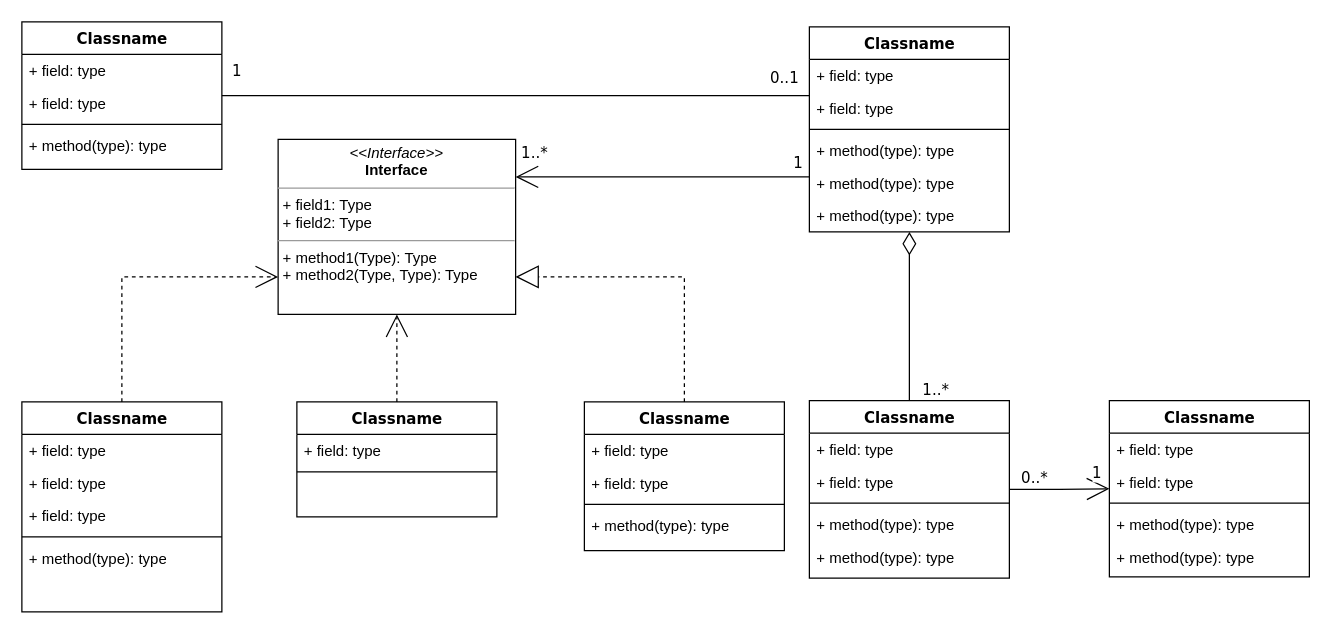
Above: Highlander_Diagram.drawio in Yagna3903/Highlander-Simulator (draw.io), before the change. Source tidied: cells renumbered, new cells numbered last; positions are measured from the earlier drawing's top-left corner, leaving out a move shared by most shapes. Both pictures are drawn from the tidied source at 125%, with x=0, y=0 at pixel (21, 21).
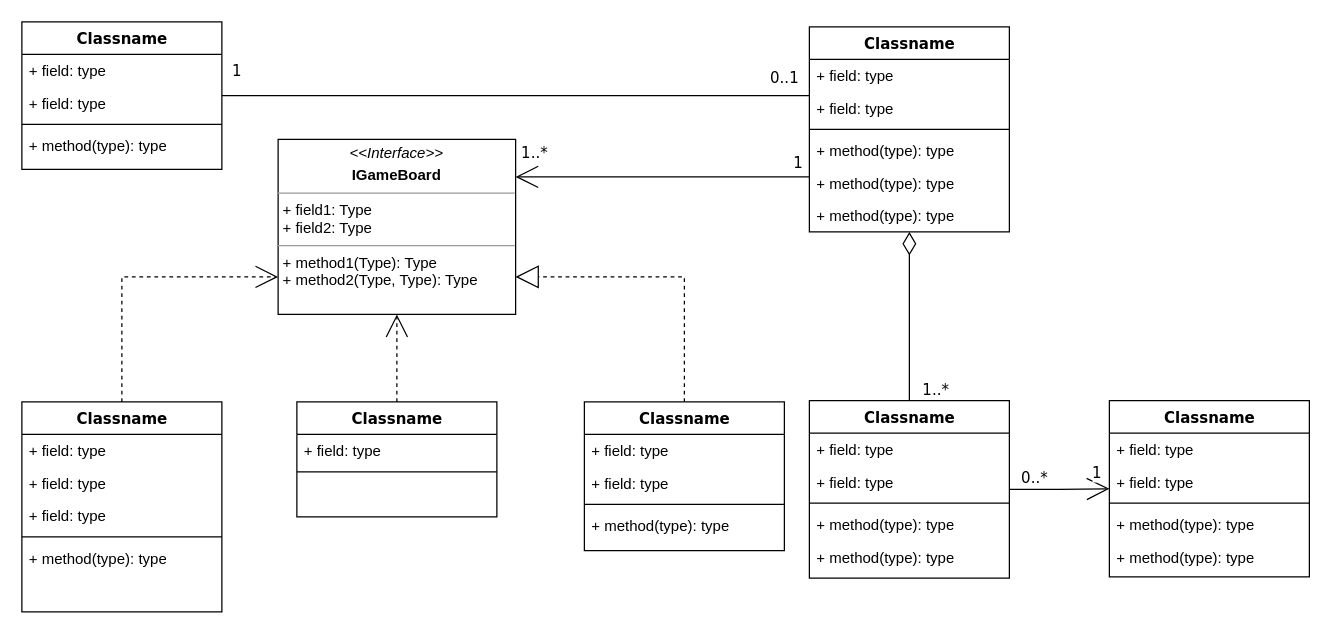
The same diagram, later.

The edit, as a diff of the source:
```diff
@@
-    <mxCell id="54" value="&lt;p style=&quot;margin:0px;margin-top:4px;text-align:center;&quot;&gt;&lt;i&gt;&amp;lt;&amp;lt;Interface&amp;gt;&amp;gt;&lt;/i&gt;&lt;br/&gt;&lt;b&gt;Interface&lt;/b&gt;&lt;/p&gt;&lt;hr size=&quot;1&quot;/&gt;&lt;p style=&quot;margin:0px;margin-left:4px;&quot;&gt;+ field1: Type&lt;br/&gt;+ field2: Type&lt;/p&gt;&lt;hr size=&quot;1&quot;/&gt;&lt;p style=&quot;margin:0px;margin-left:4px;&quot;&gt;+ method1(Type): Type&lt;br/&gt;+ method2(Type, Type): Type&lt;/p&gt;" style="verticalAlign=top;align=left;overflow=fill;fontSize=12;fontFamily=Helvetica;html=1;rounded=0;shadow=0;comic=0;labelBackgroundColor=none;strokeWidth=1;" parent="1" vertex="1">
+    <mxCell id="54" value="&lt;p style=&quot;margin:0px;margin-top:4px;text-align:center;&quot;&gt;&lt;i&gt;&amp;lt;&amp;lt;Interface&amp;gt;&amp;gt;&lt;/i&gt;&lt;b&gt;&lt;br&gt;&lt;/b&gt;&lt;/p&gt;&lt;p style=&quot;margin:0px;margin-top:4px;text-align:center;&quot;&gt;&lt;b&gt;IGameBoard&lt;/b&gt;&lt;/p&gt;&lt;hr size=&quot;1&quot;&gt;&lt;p style=&quot;margin:0px;margin-left:4px;&quot;&gt;+ field1: Type&lt;br&gt;+ field2: Type&lt;/p&gt;&lt;hr size=&quot;1&quot;&gt;&lt;p style=&quot;margin:0px;margin-left:4px;&quot;&gt;+ method1(Type): Type&lt;br&gt;+ method2(Type, Type): Type&lt;/p&gt;" style="verticalAlign=top;align=left;overflow=fill;fontSize=12;fontFamily=Helvetica;html=1;rounded=0;shadow=0;comic=0;labelBackgroundColor=none;strokeWidth=1;" parent="1" vertex="1">
       <mxGeometry x="205" y="94" width="190" height="140" as="geometry" />
     </mxCell>
```
